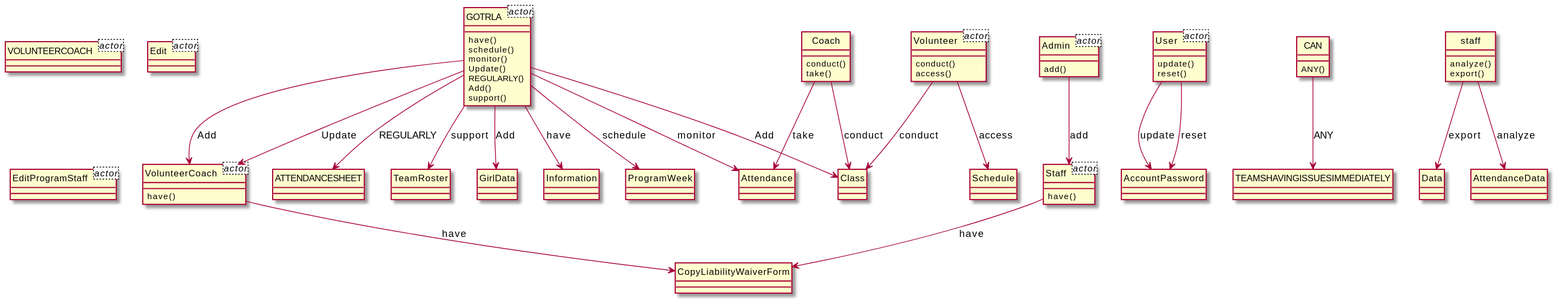
xixixhalu/DomainModelExtractor keeps this PlantUML diagram as output/diagram_5/2014-USC-Project15.svg. Above is the earlier version.
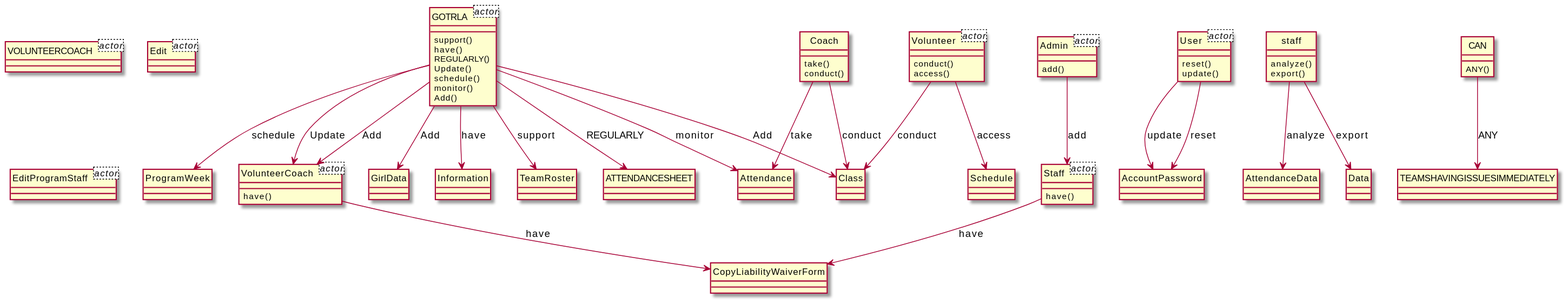
Later version of the same file.

Change to the diagram source:
```diff
@@ -18,88 +18,88 @@
 }
 class User<actor> {
 }
+class staff {
+	analyze()
+	export()
+}
+class AttendanceData {
+}
+class GOTRLA {
+	support()
+	have()
+	REGULARLY()
+	Update()
+	schedule()
+	monitor()
+	Add()
+}
+class ProgramWeek {
+}
 class CAN {
 	ANY()
 }
 class TEAMSHAVINGISSUESIMMEDIATELY {
 }
-class staff {
-	analyze()
-	export()
+class GirlData {
+}
+class VolunteerCoach {
+	have()
+}
+class CopyLiabilityWaiverForm {
+}
+class User {
+	reset()
+	update()
+}
+class AccountPassword {
+}
+class Information {
+}
+class Coach {
+	take()
+	conduct()
+}
+class Class {
+}
+class Attendance {
+}
+class TeamRoster {
+}
+class Staff {
+	have()
+}
+class Admin {
+	add()
 }
 class Data {
-}
-class GOTRLA {
-	have()
-	schedule()
-	monitor()
-	Update()
-	REGULARLY()
-	Add()
-	support()
-}
-class ATTENDANCESHEET {
-}
-class TeamRoster {
 }
 class Volunteer {
 	conduct()
 	access()
 }
-class Class {
-}
-class Coach {
-	conduct()
-	take()
-}
-class AttendanceData {
-}
-class VolunteerCoach {
-	have()
-}
-class Staff {
-	have()
-}
-class CopyLiabilityWaiverForm {
-}
-class Attendance {
-}
 class Schedule {
 }
-class GirlData {
+class ATTENDANCESHEET {
 }
-class Information {
-}
-class User {
-	update()
-	reset()
-}
-class AccountPassword {
-}
-class ProgramWeek {
-}
-class Admin {
-	add()
-}
-GOTRLA --> GirlData : Add
-CAN --> TEAMSHAVINGISSUESIMMEDIATELY : ANY
-Coach --> Class : conduct
-GOTRLA --> VolunteerCoach : Add
+Staff --> CopyLiabilityWaiverForm : have
 staff --> AttendanceData : analyze
+User --> AccountPassword : update
+Admin --> Staff : add
 GOTRLA --> Information : have
 staff --> Data : export
-User --> AccountPassword : update
+GOTRLA --> ProgramWeek : schedule
+Volunteer --> Schedule : access
+CAN --> TEAMSHAVINGISSUESIMMEDIATELY : ANY
+VolunteerCoach --> CopyLiabilityWaiverForm : have
+Coach --> Attendance : take
+GOTRLA --> GirlData : Add
 GOTRLA --> ATTENDANCESHEET : REGULARLY
+User --> AccountPassword : reset
 Volunteer --> Class : conduct
+GOTRLA --> VolunteerCoach : Add
+GOTRLA --> Class : Add
 GOTRLA --> VolunteerCoach : Update
-GOTRLA --> ProgramWeek : schedule
+Coach --> Class : conduct
+GOTRLA --> Attendance : monitor
 GOTRLA --> TeamRoster : support
-VolunteerCoach --> CopyLiabilityWaiverForm : have
-Admin --> Staff : add
-Staff --> CopyLiabilityWaiverForm : have
-User --> AccountPassword : reset
-Coach --> Attendance : take
-Volunteer --> Schedule : access
-GOTRLA --> Class : Add
-GOTRLA --> Attendance : monitor
 @enduml
```
